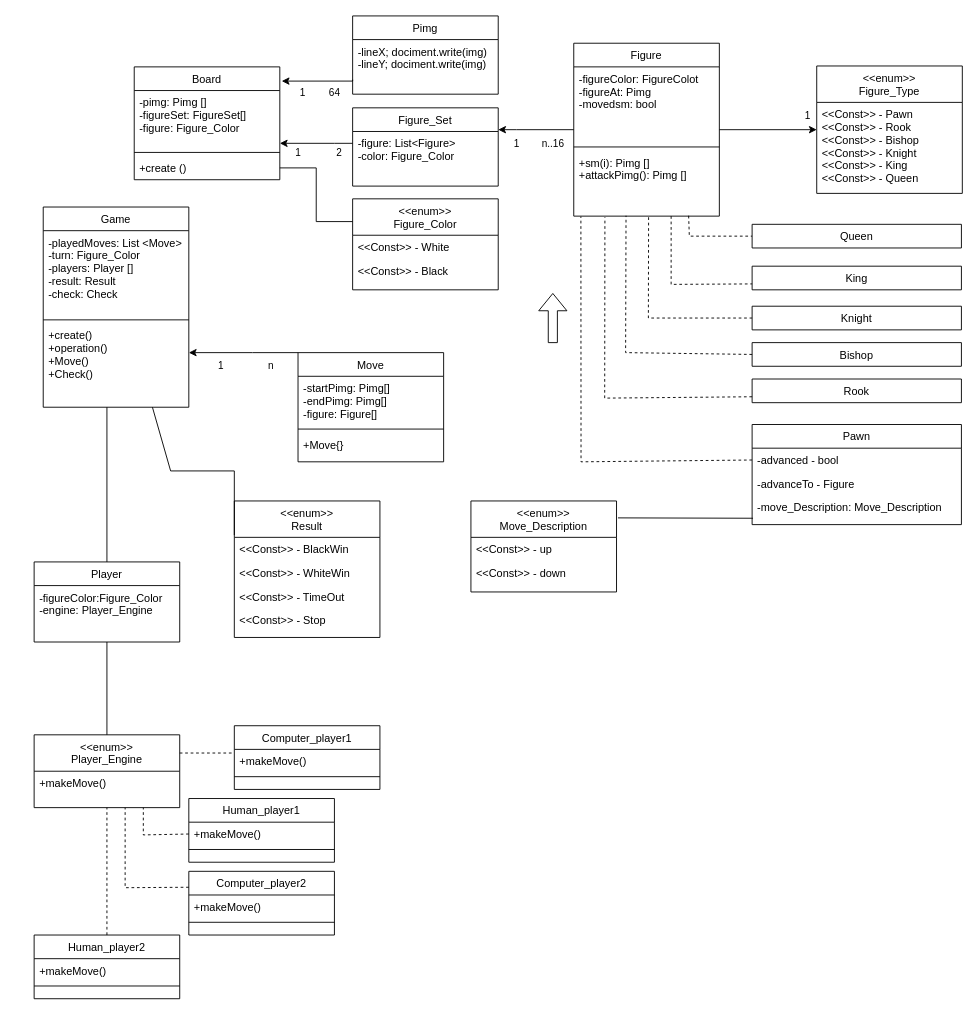
This is Untitled Diagram.drawio from Daniil-max-beep/calend, a draw.io file, before an edit. Source tidied: cells renumbered, new cells numbered last; positions are measured from the earlier drawing's top-left corner, leaving out a move shared by most shapes. Both pictures are drawn from the tidied source at 91%, with x=0, y=0 at pixel (34, 15).
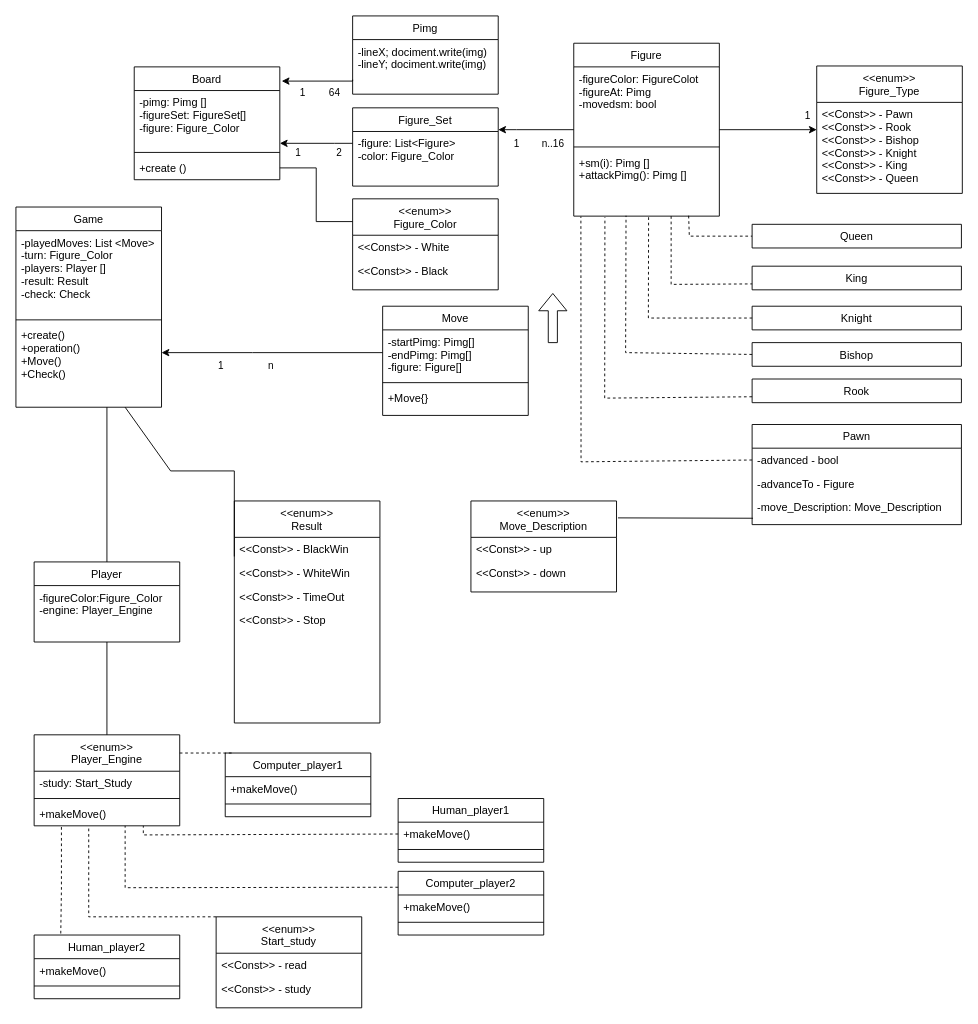
Above is the later version.

Unchanged cells that the change refers to:
```xml
<mxCell id="55" value="Human_player2" style="swimlane;fontStyle=0;align=center;verticalAlign=top;horizontal=1;startSize=26;rounded=0;shadow=0;strokeWidth=1;" parent="1" vertex="1">
  <mxGeometry y="1010" width="160" height="70" as="geometry" />
</mxCell>
```

What changed in the source:
```diff
@@
     <mxCell id="6" value="Game" style="swimlane;fontStyle=0;align=center;verticalAlign=top;horizontal=1;startSize=26;rounded=0;shadow=0;strokeWidth=1;" parent="1" vertex="1">
-      <mxGeometry x="10" y="210" width="160" height="220" as="geometry" />
+      <mxGeometry x="-20" y="210" width="160" height="220" as="geometry" />
     </mxCell>
@@
     <mxCell id="19" value="Human_player1" style="swimlane;fontStyle=0;align=center;verticalAlign=top;horizontal=1;startSize=26;rounded=0;shadow=0;strokeWidth=1;" parent="1" vertex="1">
-      <mxGeometry x="170" y="860" width="160" height="70" as="geometry" />
+      <mxGeometry x="400" y="860" width="160" height="70" as="geometry" />
     </mxCell>
@@
     <mxCell id="23" value="Move" style="swimlane;fontStyle=0;align=center;verticalAlign=top;horizontal=1;startSize=26;rounded=0;shadow=0;strokeWidth=1;" parent="1" vertex="1">
-      <mxGeometry x="290" y="370" width="160" height="120" as="geometry" />
+      <mxGeometry x="383" y="319" width="160" height="120" as="geometry" />
     </mxCell>
@@
     <mxCell id="47" value="&lt;&lt;enum&gt;&gt;&#10;Result" style="swimlane;fontStyle=0;align=center;verticalAlign=top;horizontal=1;startSize=40;rounded=0;shadow=0;strokeWidth=1;" parent="1" vertex="1">
-      <mxGeometry x="220" y="533" width="160" height="150" as="geometry" />
+      <mxGeometry x="220" y="533" width="160" height="244" as="geometry" />
     </mxCell>
@@
     <mxCell id="52" value="Computer_player1" style="swimlane;fontStyle=0;align=center;verticalAlign=top;horizontal=1;startSize=26;rounded=0;shadow=0;strokeWidth=1;" parent="1" vertex="1">
-      <mxGeometry x="220" y="780" width="160" height="70" as="geometry" />
+      <mxGeometry x="210" y="810" width="160" height="70" as="geometry" />
     </mxCell>
@@
     <mxCell id="58" value="Computer_player2" style="swimlane;fontStyle=0;align=center;verticalAlign=top;horizontal=1;startSize=26;rounded=0;shadow=0;strokeWidth=1;" parent="1" vertex="1">
-      <mxGeometry x="170" y="940" width="160" height="70" as="geometry" />
+      <mxGeometry x="400" y="940" width="160" height="70" as="geometry" />
     </mxCell>
@@
     <mxCell id="63" value="&lt;&lt;enum&gt;&gt;&#10;Player_Engine" style="swimlane;fontStyle=0;align=center;verticalAlign=top;horizontal=1;startSize=40;rounded=0;shadow=0;strokeWidth=1;" parent="1" vertex="1">
-      <mxGeometry y="790" width="160" height="80" as="geometry" />
+      <mxGeometry y="790" width="160" height="100" as="geometry" />
     </mxCell>
+    <mxCell id="90" value="-study: Start_Study" style="text;align=left;verticalAlign=top;spacingLeft=4;spacingRight=4;overflow=hidden;" parent="63" vertex="1">
+      <mxGeometry y="40" width="160" height="26" as="geometry" />
+    </mxCell>
+    <mxCell id="91" style="line;html=1;strokeWidth=1;align=left;verticalAlign=middle;spacingTop=-1;spacingLeft=3;spacingRight=3;labelPosition=right;" parent="63" vertex="1">
+      <mxGeometry y="66" width="160" height="8" as="geometry" />
+    </mxCell>
     <mxCell id="64" value="+makeMove()" style="text;align=left;verticalAlign=top;spacingLeft=4;spacingRight=4;overflow=hidden;" parent="63" vertex="1">
-      <mxGeometry y="40" width="160" height="26" as="geometry" />
+      <mxGeometry y="74" width="160" height="26" as="geometry" />
     </mxCell>
@@
-    <mxCell id="76" style="endArrow=none;dashed=1;html=1;rounded=0;labelBackgroundColor=default;fontFamily=Helvetica;fontSize=11;fontColor=default;strokeColor=default;shape=connector;exitX=1;exitY=0.25;exitDx=0;exitDy=0;" parent="1" edge="1" source="63">
+    <mxCell id="76" style="endArrow=none;dashed=1;html=1;rounded=0;labelBackgroundColor=default;fontFamily=Helvetica;fontSize=11;fontColor=default;strokeColor=default;shape=connector;" parent="1" edge="1">
       <mxGeometry relative="1" as="geometry">
+        <mxPoint x="160" y="810" as="sourcePoint" />
         <mxPoint x="220" y="810" as="targetPoint" />
       </mxGeometry>
     </mxCell>
-    <mxCell id="77" style="endArrow=none;dashed=1;html=1;rounded=0;labelBackgroundColor=default;fontFamily=Helvetica;fontSize=11;fontColor=default;strokeColor=default;shape=connector;exitX=0.5;exitY=0;exitDx=0;exitDy=0;entryX=0.5;entryY=1;entryDx=0;entryDy=0;" parent="1" edge="1" source="55" target="63">
-      <mxGeometry relative="1" as="geometry" />
+    <mxCell id="77" style="endArrow=none;dashed=1;html=1;rounded=0;labelBackgroundColor=default;fontFamily=Helvetica;fontSize=11;fontColor=default;strokeColor=default;shape=connector;exitX=0.183;exitY=-0.024;exitDx=0;exitDy=0;exitPerimeter=0;" parent="1" edge="1" source="55">
+      <mxGeometry relative="1" as="geometry">
+        <mxPoint x="30" y="890" as="targetPoint" />
+        <Array as="points">
+          <mxPoint x="30" y="960" />
+        </Array>
+      </mxGeometry>
     </mxCell>
@@
     <mxCell id="79" style="endArrow=none;dashed=1;html=1;rounded=0;labelBackgroundColor=default;fontFamily=Helvetica;fontSize=11;fontColor=default;strokeColor=default;shape=connector;exitX=0;exitY=0.25;exitDx=0;exitDy=0;" parent="1" edge="1" source="58">
       <mxGeometry relative="1" as="geometry">
-        <mxPoint x="100" y="870" as="targetPoint" />
+        <mxPoint x="100" y="890" as="targetPoint" />
         <Array as="points">
           <mxPoint x="100" y="958" />
         </Array>
       </mxGeometry>
     </mxCell>
@@
+    <mxCell id="92" value="&lt;&lt;enum&gt;&gt;&#10;Start_study" style="swimlane;fontStyle=0;align=center;verticalAlign=top;horizontal=1;startSize=40;rounded=0;shadow=0;strokeWidth=1;" parent="1" vertex="1">
+      <mxGeometry x="200" y="990" width="160" height="100" as="geometry" />
+    </mxCell>
+    <mxCell id="93" value="&lt;&lt;Const&gt;&gt; - read" style="text;align=left;verticalAlign=top;spacingLeft=4;spacingRight=4;overflow=hidden;" parent="92" vertex="1">
+      <mxGeometry y="40" width="160" height="26" as="geometry" />
+    </mxCell>
+    <mxCell id="94" value="&lt;&lt;Const&gt;&gt; - study" style="text;align=left;verticalAlign=top;spacingLeft=4;spacingRight=4;overflow=hidden;" parent="92" vertex="1">
+      <mxGeometry y="66" width="160" height="26" as="geometry" />
+    </mxCell>
+    <mxCell id="95" style="endArrow=none;dashed=1;html=1;rounded=0;labelBackgroundColor=default;fontFamily=Helvetica;fontSize=11;fontColor=default;strokeColor=default;shape=connector;exitX=0;exitY=0;exitDx=0;exitDy=0;" parent="1" edge="1" source="92">
+      <mxGeometry relative="1" as="geometry">
+        <mxPoint x="60" y="890" as="targetPoint" />
+        <Array as="points">
+          <mxPoint x="60" y="990" />
+        </Array>
+      </mxGeometry>
+    </mxCell>
```
